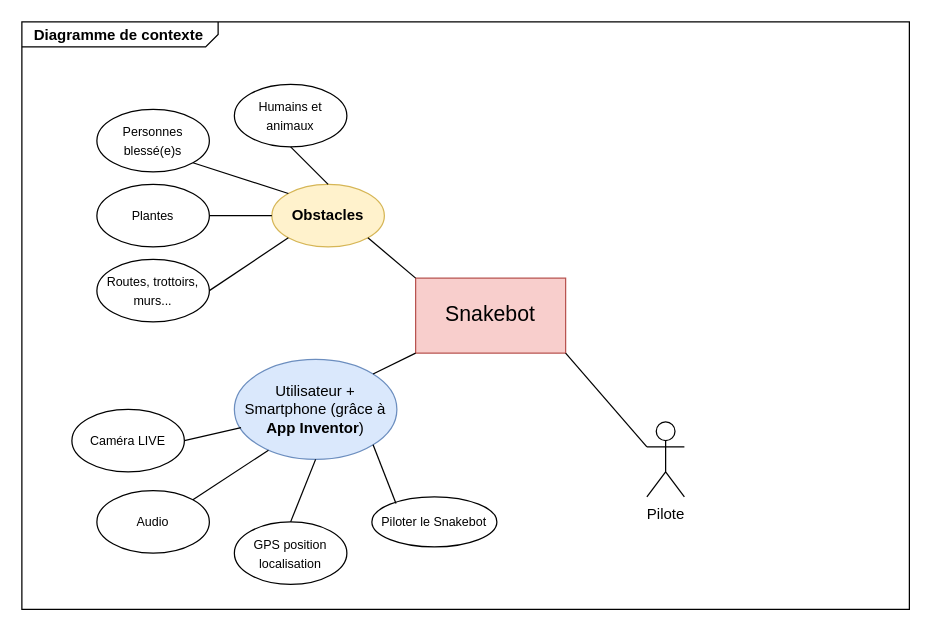
Before: Untitled Diagram.drawio in DavidCretois/Snakebot, a draw.io diagram. Source tidied: cells renumbered, new cells numbered last; positions are measured from the earlier drawing's top-left corner, leaving out a move shared by most shapes. Both pictures are drawn from the tidied source at 125%, with x=0, y=0 at pixel (21, 21).
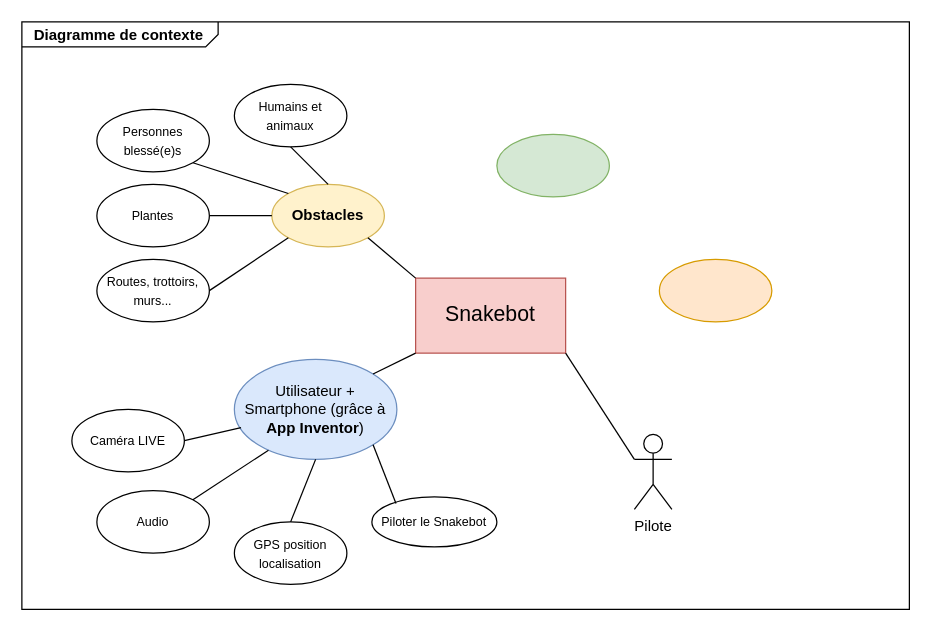
The same page after the edit.

Commit message:
Diagramme de contexte

What changed in the source:
```diff
@@
     <mxCell id="22" value="Pilote" style="shape=umlActor;verticalLabelPosition=bottom;verticalAlign=top;html=1;outlineConnect=0;" parent="1" vertex="1">
-      <mxGeometry x="500" y="320" width="30" height="60" as="geometry" />
+      <mxGeometry x="490" y="330" width="30" height="60" as="geometry" />
     </mxCell>
@@
+    <mxCell id="26" style="ellipse;whiteSpace=wrap;html=1;fillColor=#d5e8d4;strokeColor=#82b366;" parent="1" vertex="1">
+      <mxGeometry x="380" y="90" width="90" height="50" as="geometry" />
+    </mxCell>
+    <mxCell id="27" style="ellipse;whiteSpace=wrap;html=1;fillColor=#ffe6cc;strokeColor=#d79b00;" parent="1" vertex="1">
+      <mxGeometry x="510" y="190" width="90" height="50" as="geometry" />
+    </mxCell>
```
